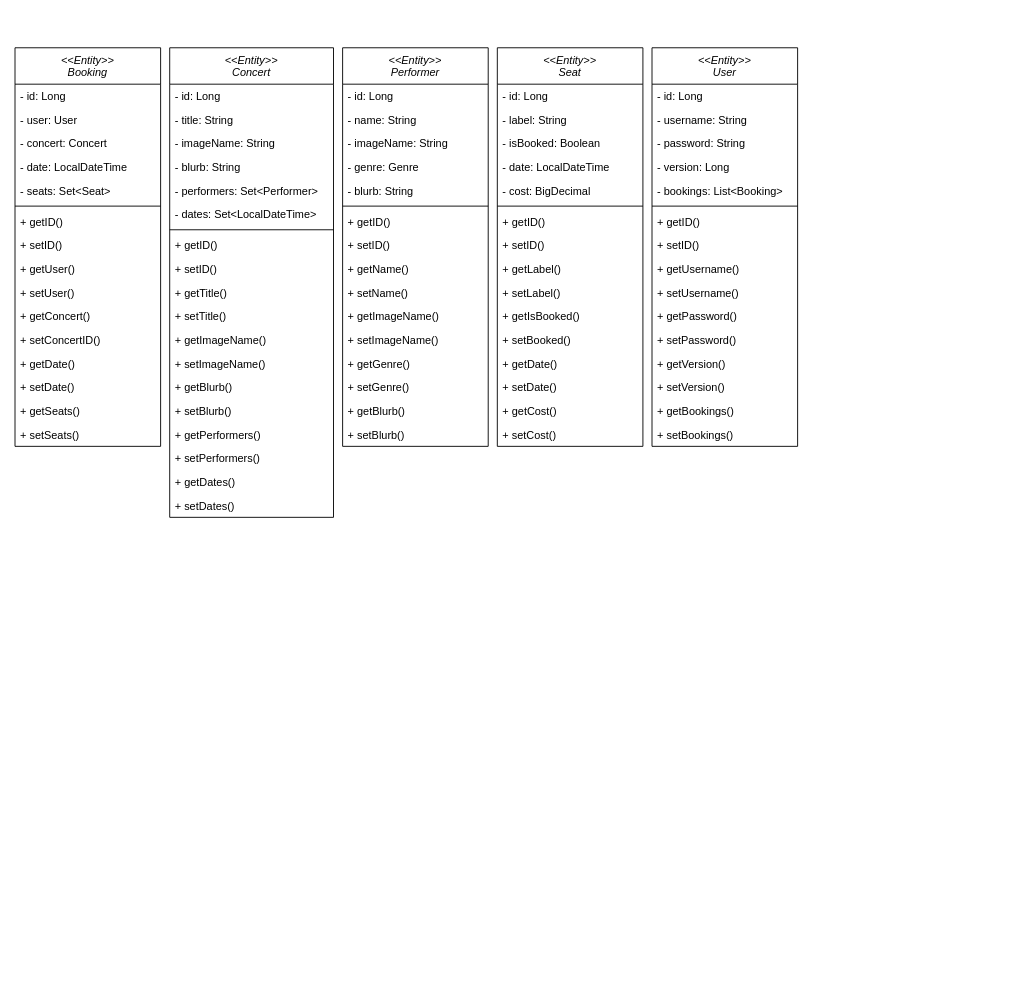
The draw.io diagram Concert Project Class Diagram.drawio in jsokhon/CS331-Team-Project, before the edit. Source tidied: cells renumbered, new cells numbered last; positions are measured from the earlier drawing's top-left corner, leaving out a move shared by most shapes. Both pictures are drawn from the tidied source at 91%, with x=0, y=0 at pixel (15, 47).
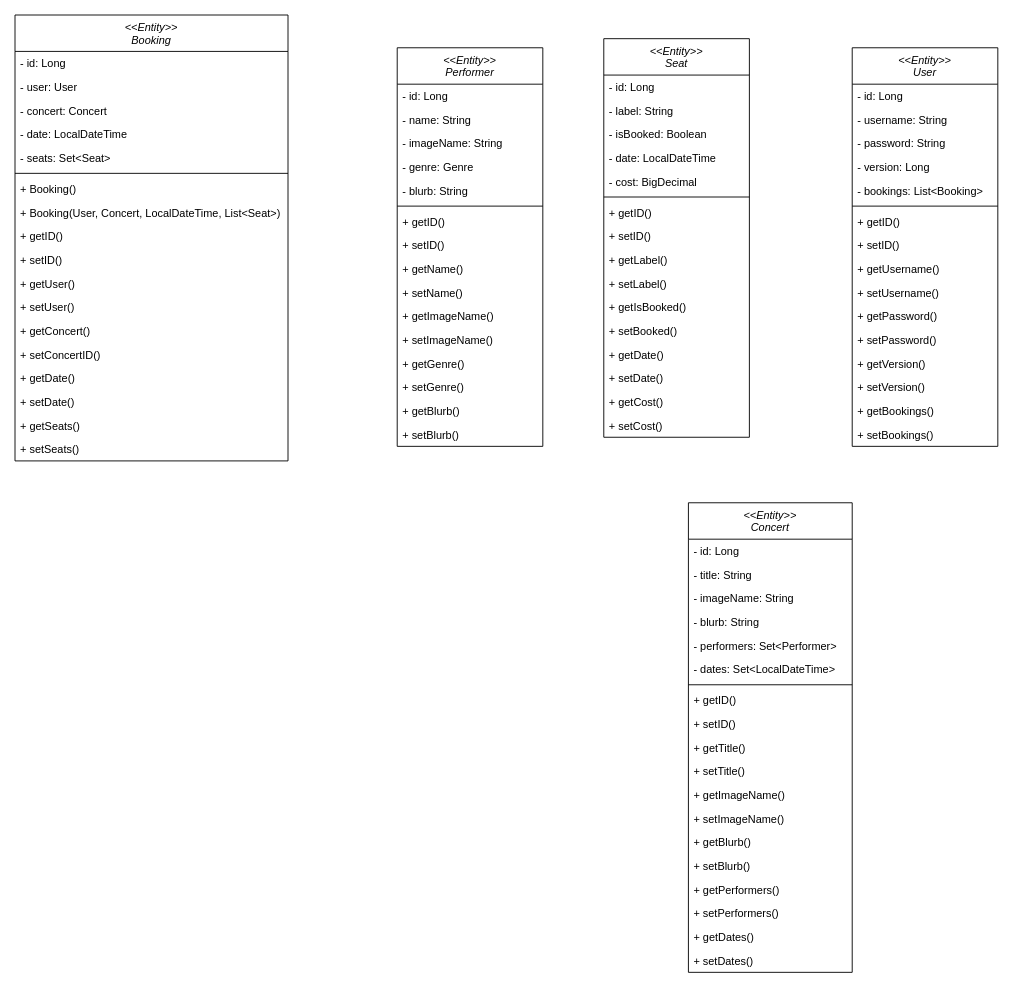
The same diagram, later.

The edit, as a diff of the source:
```diff
@@
     <mxCell id="2" value="&lt;&lt;Entity&gt;&gt;&#10;Concert" style="swimlane;fontStyle=2;align=center;verticalAlign=top;horizontal=1;startSize=40;rounded=0;shadow=0;strokeWidth=1;" parent="1" vertex="1">
-      <mxGeometry x="170" width="180" height="516" as="geometry" />
+      <mxGeometry x="740" y="500" width="180" height="516" as="geometry" />
     </mxCell>
@@
     <mxCell id="22" value="&lt;&lt;Entity&gt;&gt;&#10;Booking" style="swimlane;fontStyle=2;align=center;verticalAlign=top;horizontal=1;startSize=40;rounded=0;shadow=0;strokeWidth=1;" parent="1" vertex="1">
-      <mxGeometry width="160" height="438" as="geometry" />
+      <mxGeometry y="-36" width="300" height="490" as="geometry" />
     </mxCell>
     <mxCell id="23" value="- id: Long" style="text;align=left;verticalAlign=top;spacingLeft=4;spacingRight=4;overflow=hidden;" parent="22" vertex="1">
-      <mxGeometry y="40" width="160" height="26" as="geometry" />
+      <mxGeometry y="40" width="300" height="26" as="geometry" />
     </mxCell>
     <mxCell id="24" value="- user: User" style="text;align=left;verticalAlign=top;spacingLeft=4;spacingRight=4;overflow=hidden;rounded=0;shadow=0;html=0;" parent="22" vertex="1">
-      <mxGeometry y="66" width="160" height="26" as="geometry" />
+      <mxGeometry y="66" width="300" height="26" as="geometry" />
     </mxCell>
     <mxCell id="25" value="- concert: Concert" style="text;align=left;verticalAlign=top;spacingLeft=4;spacingRight=4;overflow=hidden;rounded=0;shadow=0;html=0;" parent="22" vertex="1">
-      <mxGeometry y="92" width="160" height="26" as="geometry" />
+      <mxGeometry y="92" width="300" height="26" as="geometry" />
     </mxCell>
     <mxCell id="26" value="- date: LocalDateTime" style="text;align=left;verticalAlign=top;spacingLeft=4;spacingRight=4;overflow=hidden;rounded=0;shadow=0;html=0;" parent="22" vertex="1">
-      <mxGeometry y="118" width="160" height="26" as="geometry" />
+      <mxGeometry y="118" width="300" height="26" as="geometry" />
     </mxCell>
     <mxCell id="27" value="- seats: Set&lt;Seat&gt;" style="text;align=left;verticalAlign=top;spacingLeft=4;spacingRight=4;overflow=hidden;rounded=0;shadow=0;html=0;" parent="22" vertex="1">
-      <mxGeometry y="144" width="160" height="26" as="geometry" />
+      <mxGeometry y="144" width="300" height="26" as="geometry" />
     </mxCell>
     <mxCell id="28" style="line;html=1;strokeWidth=1;align=left;verticalAlign=middle;spacingTop=-1;spacingLeft=3;spacingRight=3;labelPosition=right;" parent="22" vertex="1">
-      <mxGeometry y="170" width="160" height="8" as="geometry" />
+      <mxGeometry y="170" width="300" height="8" as="geometry" />
     </mxCell>
+    <mxCell id="90" value="+ Booking()" style="text;align=left;verticalAlign=top;spacingLeft=4;spacingRight=4;overflow=hidden;rounded=0;shadow=0;html=0;" parent="22" vertex="1">
+      <mxGeometry y="178" width="300" height="26" as="geometry" />
+    </mxCell>
+    <mxCell id="91" value="+ Booking(User, Concert, LocalDateTime, List&lt;Seat&gt;)" style="text;align=left;verticalAlign=top;spacingLeft=4;spacingRight=4;overflow=hidden;rounded=0;shadow=0;html=0;" parent="22" vertex="1">
+      <mxGeometry y="204" width="300" height="26" as="geometry" />
+    </mxCell>
     <mxCell id="29" value="+ getID()" style="text;align=left;verticalAlign=top;spacingLeft=4;spacingRight=4;overflow=hidden;rounded=0;shadow=0;html=0;" parent="22" vertex="1">
-      <mxGeometry y="178" width="160" height="26" as="geometry" />
+      <mxGeometry y="230" width="300" height="26" as="geometry" />
     </mxCell>
     <mxCell id="30" value="+ setID()" style="text;align=left;verticalAlign=top;spacingLeft=4;spacingRight=4;overflow=hidden;rounded=0;shadow=0;html=0;" parent="22" vertex="1">
-      <mxGeometry y="204" width="160" height="26" as="geometry" />
+      <mxGeometry y="256" width="300" height="26" as="geometry" />
     </mxCell>
     <mxCell id="31" value="+ getUser()" style="text;align=left;verticalAlign=top;spacingLeft=4;spacingRight=4;overflow=hidden;rounded=0;shadow=0;html=0;" parent="22" vertex="1">
-      <mxGeometry y="230" width="160" height="26" as="geometry" />
+      <mxGeometry y="282" width="300" height="26" as="geometry" />
     </mxCell>
     <mxCell id="32" value="+ setUser()" style="text;align=left;verticalAlign=top;spacingLeft=4;spacingRight=4;overflow=hidden;rounded=0;shadow=0;html=0;" parent="22" vertex="1">
-      <mxGeometry y="256" width="160" height="26" as="geometry" />
+      <mxGeometry y="308" width="300" height="26" as="geometry" />
     </mxCell>
     <mxCell id="33" value="+ getConcert()" style="text;align=left;verticalAlign=top;spacingLeft=4;spacingRight=4;overflow=hidden;rounded=0;shadow=0;html=0;" parent="22" vertex="1">
-      <mxGeometry y="282" width="160" height="26" as="geometry" />
+      <mxGeometry y="334" width="300" height="26" as="geometry" />
     </mxCell>
     <mxCell id="34" value="+ setConcertID()" style="text;align=left;verticalAlign=top;spacingLeft=4;spacingRight=4;overflow=hidden;rounded=0;shadow=0;html=0;" parent="22" vertex="1">
-      <mxGeometry y="308" width="160" height="26" as="geometry" />
+      <mxGeometry y="360" width="300" height="26" as="geometry" />
     </mxCell>
     <mxCell id="35" value="+ getDate()" style="text;align=left;verticalAlign=top;spacingLeft=4;spacingRight=4;overflow=hidden;rounded=0;shadow=0;html=0;" parent="22" vertex="1">
-      <mxGeometry y="334" width="160" height="26" as="geometry" />
+      <mxGeometry y="386" width="300" height="26" as="geometry" />
     </mxCell>
     <mxCell id="36" value="+ setDate()" style="text;align=left;verticalAlign=top;spacingLeft=4;spacingRight=4;overflow=hidden;rounded=0;shadow=0;html=0;" parent="22" vertex="1">
-      <mxGeometry y="360" width="160" height="26" as="geometry" />
+      <mxGeometry y="412" width="300" height="26" as="geometry" />
     </mxCell>
     <mxCell id="37" value="+ getSeats()" style="text;align=left;verticalAlign=top;spacingLeft=4;spacingRight=4;overflow=hidden;rounded=0;shadow=0;html=0;" parent="22" vertex="1">
-      <mxGeometry y="386" width="160" height="26" as="geometry" />
+      <mxGeometry y="438" width="300" height="26" as="geometry" />
     </mxCell>
     <mxCell id="38" value="+ setSeats()" style="text;align=left;verticalAlign=top;spacingLeft=4;spacingRight=4;overflow=hidden;rounded=0;shadow=0;html=0;" parent="22" vertex="1">
-      <mxGeometry y="412" width="160" height="26" as="geometry" />
+      <mxGeometry y="464" width="300" height="26" as="geometry" />
     </mxCell>
     <mxCell id="39" value="&lt;&lt;Entity&gt;&gt;&#10;Performer" style="swimlane;fontStyle=2;align=center;verticalAlign=top;horizontal=1;startSize=40;rounded=0;shadow=0;strokeWidth=1;" parent="1" vertex="1">
-      <mxGeometry x="360" width="160" height="438" as="geometry" />
+      <mxGeometry x="420" width="160" height="438" as="geometry" />
     </mxCell>
@@
     <mxCell id="56" value="&lt;&lt;Entity&gt;&gt;&#10;Seat" style="swimlane;fontStyle=2;align=center;verticalAlign=top;horizontal=1;startSize=40;rounded=0;shadow=0;strokeWidth=1;" parent="1" vertex="1">
-      <mxGeometry x="530" width="160" height="438" as="geometry" />
+      <mxGeometry x="647" y="-10" width="160" height="438" as="geometry" />
     </mxCell>
@@
     <mxCell id="73" value="&lt;&lt;Entity&gt;&gt;&#10;User" style="swimlane;fontStyle=2;align=center;verticalAlign=top;horizontal=1;startSize=40;rounded=0;shadow=0;strokeWidth=1;" parent="1" vertex="1">
-      <mxGeometry x="700" width="160" height="438" as="geometry" />
+      <mxGeometry x="920" width="160" height="438" as="geometry" />
     </mxCell>
```
